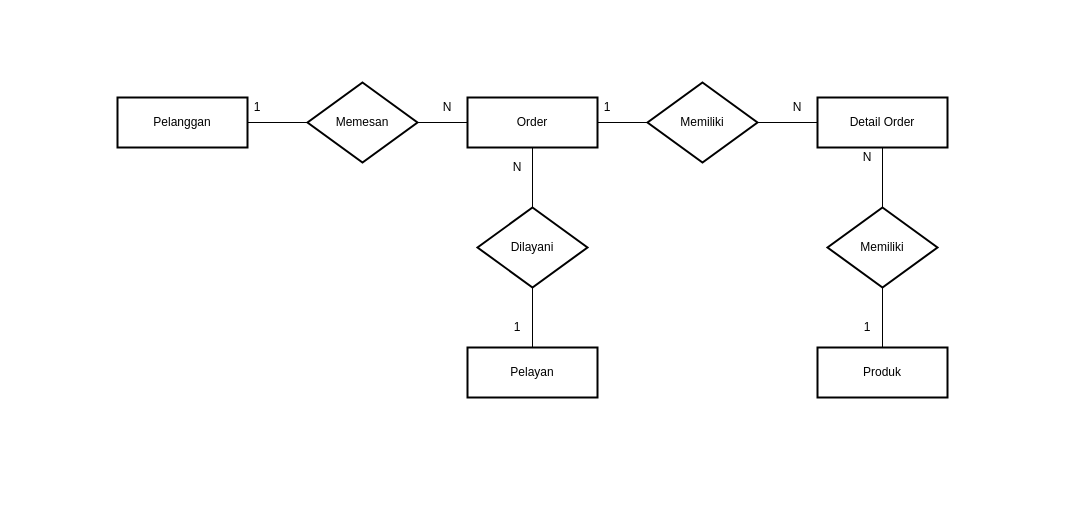
The draw.io diagram tugas doc/Yez Chicken ERD.drawio in cathean/YEZ-Chicken-Management, before the edit. Source tidied: cells renumbered, new cells numbered last; positions are measured from the earlier drawing's top-left corner, leaving out a move shared by most shapes. Both pictures are drawn from the tidied source at 100%, with x=0, y=0 at pixel (117, 82).
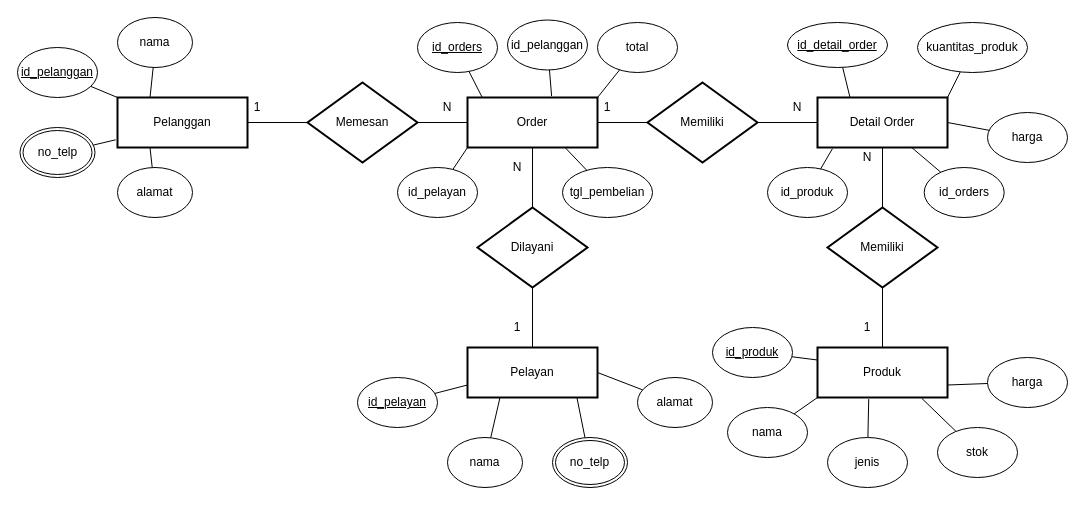
After the change.

The change refers to these unchanged cells:
```xml
<mxCell id="2" value="Pelanggan" style="rounded=0;whiteSpace=wrap;html=1;strokeWidth=2;" parent="1" vertex="1">
  <mxGeometry y="15" width="130" height="50" as="geometry" />
</mxCell>
<mxCell id="4" value="Order" style="rounded=0;whiteSpace=wrap;html=1;strokeWidth=2;" parent="1" vertex="1">
  <mxGeometry x="350" y="15" width="130" height="50" as="geometry" />
</mxCell>
<mxCell id="6" value="Detail Order" style="rounded=0;whiteSpace=wrap;html=1;strokeWidth=2;" parent="1" vertex="1">
  <mxGeometry x="700" y="15" width="130" height="50" as="geometry" />
</mxCell>
<mxCell id="7" value="Produk" style="rounded=0;whiteSpace=wrap;html=1;strokeWidth=2;" parent="1" vertex="1">
  <mxGeometry x="700" y="265" width="130" height="50" as="geometry" />
</mxCell>
<mxCell id="8" value="Pelayan" style="rounded=0;whiteSpace=wrap;html=1;strokeWidth=2;" parent="1" vertex="1">
  <mxGeometry x="350" y="265" width="130" height="50" as="geometry" />
</mxCell>
<mxCell id="24" value="1" style="text;html=1;strokeColor=none;fillColor=none;align=center;verticalAlign=middle;whiteSpace=wrap;rounded=0;" parent="1" vertex="1">
  <mxGeometry x="470" y="15" width="40" height="20" as="geometry" />
</mxCell>
```

The edit, as a diff of the source:
```diff
@@
+    <mxCell id="27" style="rounded=0;jettySize=auto;html=1;entryX=0.25;entryY=0;entryDx=0;entryDy=0;endArrow=none;endFill=0;" parent="1" edge="1" source="28" target="2">
+      <mxGeometry relative="1" as="geometry" />
+    </mxCell>
+    <mxCell id="28" value="nama" style="ellipse;whiteSpace=wrap;html=1;" parent="1" vertex="1">
+      <mxGeometry y="-65" width="75" height="50" as="geometry" />
+    </mxCell>
+    <mxCell id="29" style="edgeStyle=none;rounded=0;jettySize=auto;html=1;entryX=0.25;entryY=1;entryDx=0;entryDy=0;endArrow=none;endFill=0;" parent="1" edge="1" source="30" target="2">
+      <mxGeometry relative="1" as="geometry" />
+    </mxCell>
+    <mxCell id="30" value="alamat" style="ellipse;whiteSpace=wrap;html=1;" parent="1" vertex="1">
+      <mxGeometry y="85" width="75" height="50" as="geometry" />
+    </mxCell>
+    <mxCell id="31" style="edgeStyle=none;rounded=0;jettySize=auto;html=1;entryX=0;entryY=0;entryDx=0;entryDy=0;endArrow=none;endFill=0;" parent="1" edge="1" source="32" target="2">
+      <mxGeometry relative="1" as="geometry" />
+    </mxCell>
+    <mxCell id="32" value="&lt;u&gt;id_pelanggan&lt;/u&gt;" style="ellipse;whiteSpace=wrap;html=1;" parent="1" vertex="1">
+      <mxGeometry x="-100" y="-35" width="80" height="50" as="geometry" />
+    </mxCell>
+    <mxCell id="33" style="edgeStyle=none;rounded=0;jettySize=auto;html=1;entryX=0;entryY=0.75;entryDx=0;entryDy=0;endArrow=none;endFill=0;" parent="1" edge="1" source="34" target="8">
+      <mxGeometry relative="1" as="geometry" />
+    </mxCell>
+    <mxCell id="34" value="&lt;u&gt;id_pelayan&lt;/u&gt;" style="ellipse;whiteSpace=wrap;html=1;" parent="1" vertex="1">
+      <mxGeometry x="240" y="295" width="80" height="50" as="geometry" />
+    </mxCell>
+    <mxCell id="35" style="edgeStyle=none;rounded=0;jettySize=auto;html=1;entryX=0.25;entryY=1;entryDx=0;entryDy=0;endArrow=none;endFill=0;" parent="1" edge="1" source="36" target="8">
+      <mxGeometry relative="1" as="geometry" />
+    </mxCell>
+    <mxCell id="36" value="nama" style="ellipse;whiteSpace=wrap;html=1;" parent="1" vertex="1">
+      <mxGeometry x="330" y="355" width="75" height="50" as="geometry" />
+    </mxCell>
+    <mxCell id="37" style="edgeStyle=none;rounded=0;jettySize=auto;html=1;entryX=1;entryY=0.5;entryDx=0;entryDy=0;endArrow=none;endFill=0;" parent="1" edge="1" source="38" target="8">
+      <mxGeometry relative="1" as="geometry" />
+    </mxCell>
+    <mxCell id="38" value="alamat" style="ellipse;whiteSpace=wrap;html=1;" parent="1" vertex="1">
+      <mxGeometry x="520" y="295" width="75" height="50" as="geometry" />
+    </mxCell>
+    <mxCell id="39" style="edgeStyle=none;rounded=0;jettySize=auto;html=1;entryX=0;entryY=0.25;entryDx=0;entryDy=0;endArrow=none;endFill=0;" parent="1" edge="1" source="40" target="7">
+      <mxGeometry relative="1" as="geometry" />
+    </mxCell>
+    <mxCell id="40" value="&lt;u&gt;id_produk&lt;/u&gt;" style="ellipse;whiteSpace=wrap;html=1;" parent="1" vertex="1">
+      <mxGeometry x="595" y="245" width="80" height="50" as="geometry" />
+    </mxCell>
+    <mxCell id="41" style="edgeStyle=none;rounded=0;jettySize=auto;html=1;entryX=0;entryY=1;entryDx=0;entryDy=0;endArrow=none;endFill=0;" parent="1" edge="1" source="42" target="7">
+      <mxGeometry relative="1" as="geometry" />
+    </mxCell>
+    <mxCell id="42" value="nama" style="ellipse;whiteSpace=wrap;html=1;" parent="1" vertex="1">
+      <mxGeometry x="610" y="325" width="80" height="50" as="geometry" />
+    </mxCell>
+    <mxCell id="43" style="edgeStyle=none;rounded=0;jettySize=auto;html=1;entryX=0.394;entryY=1.032;entryDx=0;entryDy=0;entryPerimeter=0;endArrow=none;endFill=0;" parent="1" edge="1" source="44" target="7">
+      <mxGeometry relative="1" as="geometry" />
+    </mxCell>
+    <mxCell id="44" value="jenis" style="ellipse;whiteSpace=wrap;html=1;" parent="1" vertex="1">
+      <mxGeometry x="710" y="355" width="80" height="50" as="geometry" />
+    </mxCell>
+    <mxCell id="45" style="edgeStyle=none;rounded=0;jettySize=auto;html=1;entryX=0.803;entryY=1.019;entryDx=0;entryDy=0;entryPerimeter=0;endArrow=none;endFill=0;" parent="1" edge="1" source="46" target="7">
+      <mxGeometry relative="1" as="geometry" />
+    </mxCell>
+    <mxCell id="46" value="stok" style="ellipse;whiteSpace=wrap;html=1;" parent="1" vertex="1">
+      <mxGeometry x="820" y="345" width="80" height="50" as="geometry" />
+    </mxCell>
+    <mxCell id="47" style="edgeStyle=none;rounded=0;jettySize=auto;html=1;entryX=1;entryY=0.75;entryDx=0;entryDy=0;endArrow=none;endFill=0;" parent="1" edge="1" source="48" target="7">
+      <mxGeometry relative="1" as="geometry" />
+    </mxCell>
+    <mxCell id="48" value="harga" style="ellipse;whiteSpace=wrap;html=1;" parent="1" vertex="1">
+      <mxGeometry x="870" y="275" width="80" height="50" as="geometry" />
+    </mxCell>
+    <mxCell id="49" style="edgeStyle=none;rounded=0;jettySize=auto;html=1;entryX=0.842;entryY=1.005;entryDx=0;entryDy=0;entryPerimeter=0;endArrow=none;endFill=0;" parent="1" edge="1" source="50" target="8">
+      <mxGeometry relative="1" as="geometry" />
+    </mxCell>
+    <mxCell id="50" value="no_telp" style="ellipse;shape=doubleEllipse;margin=3;whiteSpace=wrap;html=1;align=center;strokeColor=#000000;gradientColor=none;" parent="1" vertex="1">
+      <mxGeometry x="435" y="355" width="75" height="50" as="geometry" />
+    </mxCell>
+    <mxCell id="51" style="edgeStyle=none;rounded=0;jettySize=auto;html=1;entryX=-0.014;entryY=0.846;entryDx=0;entryDy=0;entryPerimeter=0;endArrow=none;endFill=0;" parent="1" edge="1" source="52" target="2">
+      <mxGeometry relative="1" as="geometry" />
+    </mxCell>
+    <mxCell id="52" value="no_telp" style="ellipse;shape=doubleEllipse;margin=3;whiteSpace=wrap;html=1;align=center;strokeColor=#000000;gradientColor=none;" parent="1" vertex="1">
+      <mxGeometry x="-97.5" y="45" width="75" height="50" as="geometry" />
+    </mxCell>
+    <mxCell id="53" style="edgeStyle=none;rounded=0;jettySize=auto;html=1;entryX=0.25;entryY=0;entryDx=0;entryDy=0;endArrow=none;endFill=0;" parent="1" edge="1" source="54" target="6">
+      <mxGeometry relative="1" as="geometry" />
+    </mxCell>
+    <mxCell id="54" value="&lt;u&gt;id_detail_order&lt;/u&gt;" style="ellipse;whiteSpace=wrap;html=1;" parent="1" vertex="1">
+      <mxGeometry x="670" y="-60" width="100" height="45" as="geometry" />
+    </mxCell>
+    <mxCell id="55" style="edgeStyle=none;rounded=0;jettySize=auto;html=1;entryX=1;entryY=0;entryDx=0;entryDy=0;endArrow=none;endFill=0;" parent="1" edge="1" source="56" target="6">
+      <mxGeometry relative="1" as="geometry" />
+    </mxCell>
+    <mxCell id="56" value="kuantitas_produk" style="ellipse;whiteSpace=wrap;html=1;" parent="1" vertex="1">
+      <mxGeometry x="800" y="-60" width="110" height="50" as="geometry" />
+    </mxCell>
+    <mxCell id="57" style="edgeStyle=none;rounded=0;jettySize=auto;html=1;entryX=1;entryY=0.5;entryDx=0;entryDy=0;endArrow=none;endFill=0;" parent="1" edge="1" source="58" target="6">
+      <mxGeometry relative="1" as="geometry" />
+    </mxCell>
+    <mxCell id="58" value="harga" style="ellipse;whiteSpace=wrap;html=1;" parent="1" vertex="1">
+      <mxGeometry x="870" y="30" width="80" height="50" as="geometry" />
+    </mxCell>
+    <mxCell id="59" style="edgeStyle=none;rounded=0;jettySize=auto;html=1;endArrow=none;endFill=0;" parent="1" edge="1" source="60" target="6">
+      <mxGeometry relative="1" as="geometry" />
+    </mxCell>
+    <mxCell id="60" value="id_orders" style="ellipse;whiteSpace=wrap;html=1;" parent="1" vertex="1">
+      <mxGeometry x="806.7" y="85" width="80" height="50" as="geometry" />
+    </mxCell>
+    <mxCell id="61" style="edgeStyle=none;rounded=0;jettySize=auto;html=1;entryX=0.115;entryY=1.023;entryDx=0;entryDy=0;entryPerimeter=0;endArrow=none;endFill=0;" parent="1" edge="1" source="62" target="6">
+      <mxGeometry relative="1" as="geometry" />
+    </mxCell>
+    <mxCell id="62" value="id_produk" style="ellipse;whiteSpace=wrap;html=1;" parent="1" vertex="1">
+      <mxGeometry x="650" y="85" width="80" height="50" as="geometry" />
+    </mxCell>
+    <mxCell id="63" style="edgeStyle=none;rounded=0;jettySize=auto;html=1;entryX=0.115;entryY=0.007;entryDx=0;entryDy=0;endArrow=none;endFill=0;entryPerimeter=0;" parent="1" edge="1" source="64" target="4">
+      <mxGeometry relative="1" as="geometry" />
+    </mxCell>
+    <mxCell id="64" value="&lt;u&gt;id_orders&lt;/u&gt;" style="ellipse;whiteSpace=wrap;html=1;" parent="1" vertex="1">
+      <mxGeometry x="300" y="-60" width="80" height="50" as="geometry" />
+    </mxCell>
+    <mxCell id="65" style="edgeStyle=none;rounded=0;jettySize=auto;html=1;entryX=0.647;entryY=-0.027;entryDx=0;entryDy=0;entryPerimeter=0;endArrow=none;endFill=0;" parent="1" edge="1" source="66" target="4">
+      <mxGeometry relative="1" as="geometry" />
+    </mxCell>
+    <mxCell id="66" value="id_pelanggan" style="ellipse;whiteSpace=wrap;html=1;" parent="1" vertex="1">
+      <mxGeometry x="390" y="-62.5" width="80" height="50" as="geometry" />
+    </mxCell>
+    <mxCell id="67" style="edgeStyle=none;rounded=0;jettySize=auto;html=1;entryX=0;entryY=1;entryDx=0;entryDy=0;endArrow=none;endFill=0;" parent="1" edge="1" source="68" target="4">
+      <mxGeometry relative="1" as="geometry" />
+    </mxCell>
+    <mxCell id="68" value="id_pelayan" style="ellipse;whiteSpace=wrap;html=1;" parent="1" vertex="1">
+      <mxGeometry x="280" y="85" width="80" height="50" as="geometry" />
+    </mxCell>
+    <mxCell id="69" style="edgeStyle=none;rounded=0;jettySize=auto;html=1;entryX=0.75;entryY=1;entryDx=0;entryDy=0;endArrow=none;endFill=0;" parent="1" edge="1" source="70" target="4">
+      <mxGeometry relative="1" as="geometry" />
+    </mxCell>
+    <mxCell id="70" value="tgl_pembelian" style="ellipse;whiteSpace=wrap;html=1;" parent="1" vertex="1">
+      <mxGeometry x="445" y="85" width="90" height="50" as="geometry" />
+    </mxCell>
+    <mxCell id="71" style="edgeStyle=none;rounded=0;jettySize=auto;html=1;entryX=0.25;entryY=0;entryDx=0;entryDy=0;endArrow=none;endFill=0;" parent="1" edge="1" source="72" target="24">
+      <mxGeometry relative="1" as="geometry" />
+    </mxCell>
+    <mxCell id="72" value="total" style="ellipse;whiteSpace=wrap;html=1;" parent="1" vertex="1">
+      <mxGeometry x="480" y="-60" width="80" height="50" as="geometry" />
+    </mxCell>
```
